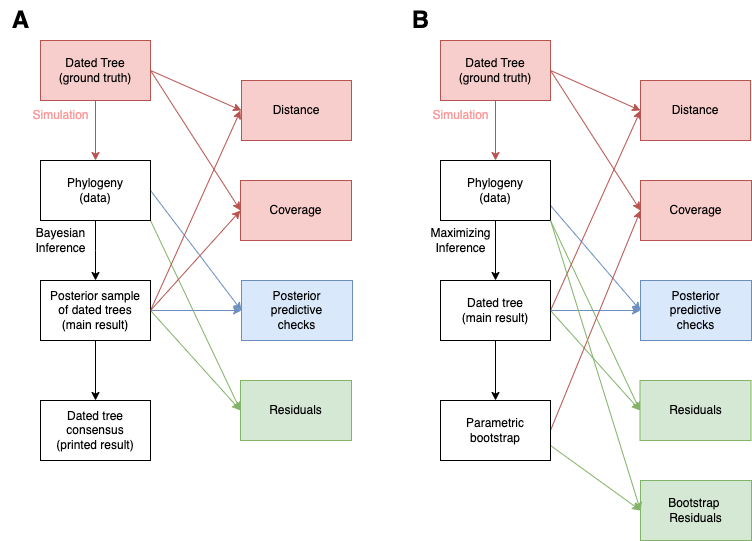
Above: draft/flowchart.png in xavierdidelot/DiagnoDating (draw.io), before the change. Source tidied: cells renumbered, new cells last; positions are measured from the earlier drawing's top-left corner, leaving out a move shared by most shapes.
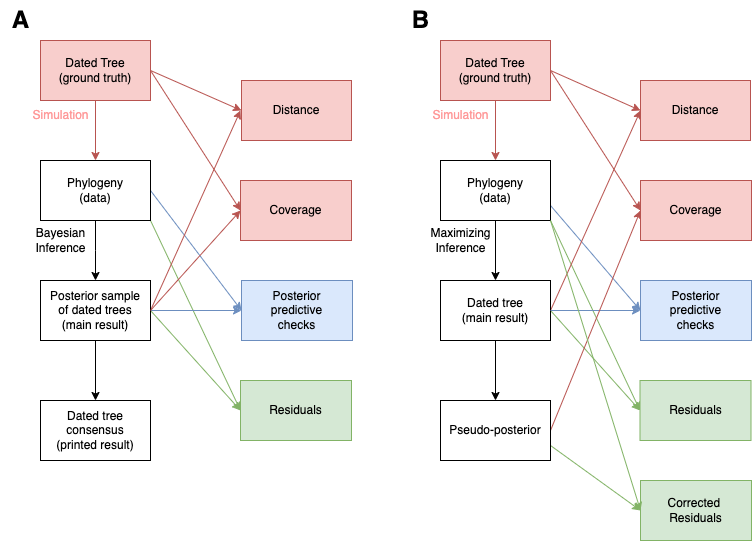
After the commit.

Diff of the diagram source:
```diff
@@ -65,7 +65,7 @@
     <mxCell id="20" value="Posterior&lt;br&gt;predictive&lt;br&gt;checks" style="rounded=0;whiteSpace=wrap;html=1;fillColor=#dae8fc;strokeColor=#6c8ebf;" parent="1" vertex="1">
       <mxGeometry x="640" y="280" width="111" height="60" as="geometry" />
     </mxCell>
-    <mxCell id="21" value="Bootstrap&amp;nbsp;&lt;div&gt;R&lt;span style=&quot;background-color: transparent; color: light-dark(rgb(0, 0, 0), rgb(255, 255, 255));&quot;&gt;esiduals&lt;/span&gt;&lt;/div&gt;" style="rounded=0;whiteSpace=wrap;html=1;fillColor=#d5e8d4;strokeColor=#82b366;align=center;" parent="1" vertex="1">
+    <mxCell id="21" value="Corrected&amp;nbsp;&lt;div&gt;R&lt;span style=&quot;background-color: transparent; color: light-dark(rgb(0, 0, 0), rgb(255, 255, 255));&quot;&gt;esiduals&lt;/span&gt;&lt;/div&gt;" style="rounded=0;whiteSpace=wrap;html=1;fillColor=#d5e8d4;strokeColor=#82b366;align=center;" parent="1" vertex="1">
       <mxGeometry x="640" y="480" width="111" height="60" as="geometry" />
     </mxCell>
     <mxCell id="22" style="edgeStyle=orthogonalEdgeStyle;rounded=0;jettySize=auto;html=1;exitX=0.5;exitY=1;exitDx=0;exitDy=0;entryX=0.5;entryY=0;entryDx=0;entryDy=0;fillColor=#f8cecc;strokeColor=#b85450;" parent="1" edge="1" source="23" target="27">
@@ -146,7 +146,7 @@
     <mxCell id="45" style="rounded=0;jettySize=auto;html=1;exitX=1;exitY=1;exitDx=0;exitDy=0;entryX=0;entryY=0.5;entryDx=0;entryDy=0;fillColor=#d5e8d4;strokeColor=#82b366;" parent="1" edge="1" source="7" target="21">
       <mxGeometry relative="1" as="geometry" />
     </mxCell>
-    <mxCell id="46" value="Parametric bootstrap" style="rounded=0;whiteSpace=wrap;html=1;" parent="1" vertex="1">
+    <mxCell id="46" value="Pseudo-posterior" style="rounded=0;whiteSpace=wrap;html=1;" parent="1" vertex="1">
       <mxGeometry x="440" y="400" width="110" height="60" as="geometry" />
     </mxCell>
     <mxCell id="47" style="endArrow=classic;html=1;rounded=0;exitX=1;exitY=0.5;exitDx=0;exitDy=0;fillColor=#f8cecc;strokeColor=#b85450;entryX=0;entryY=0.5;entryDx=0;entryDy=0;" parent="1" edge="1" source="23" target="39">
```
